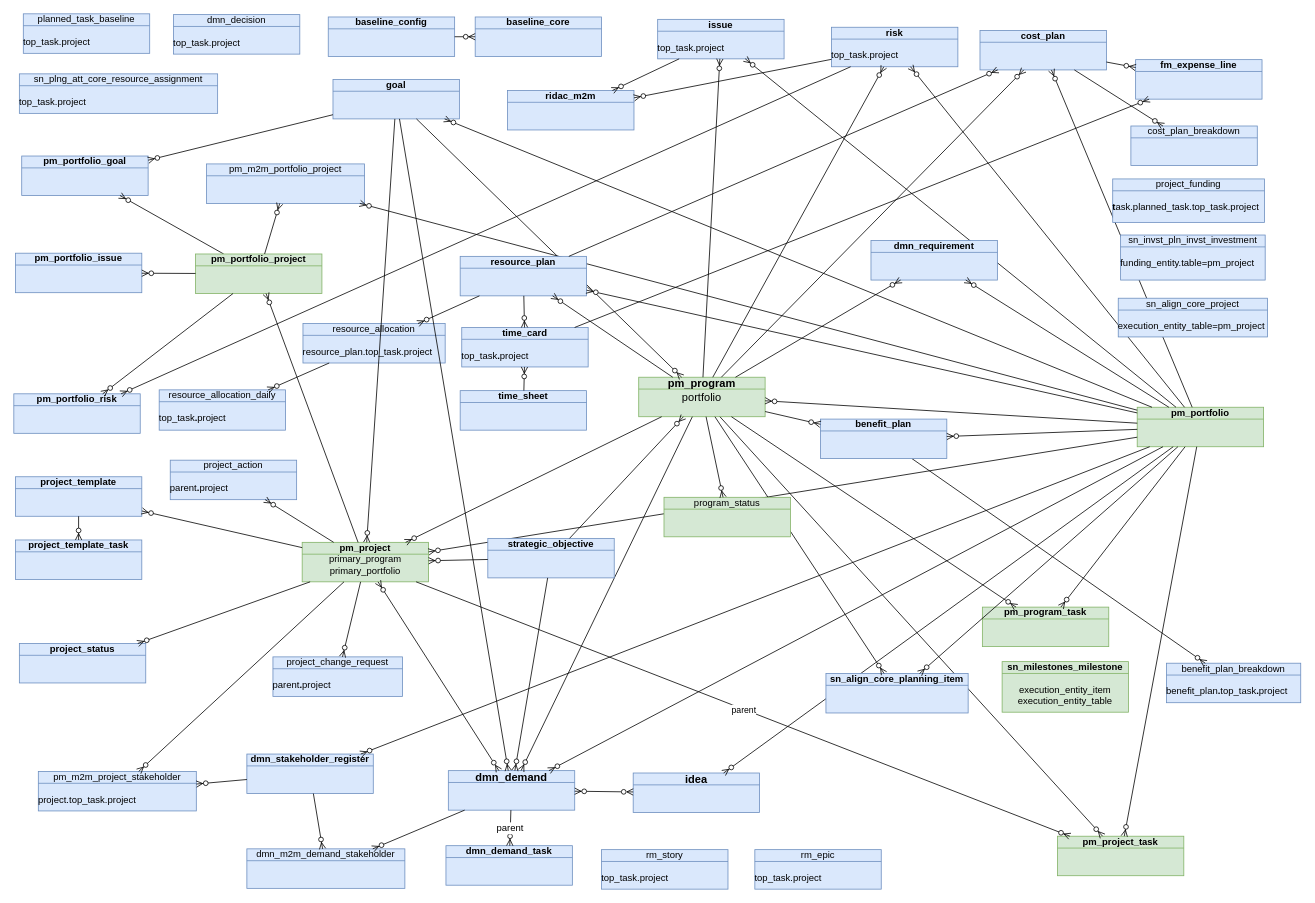
Above: page "allTables" (3 of 20) of Sar.drawio in algimas/tmp (draw.io), before the change. Source tidied: cells renumbered, new cells numbered last; positions are measured from the earlier drawing's top-left corner, leaving out a move shared by most shapes. Both pictures are drawn from the tidied source at 79%, with x=0, y=0 at pixel (13, 13).
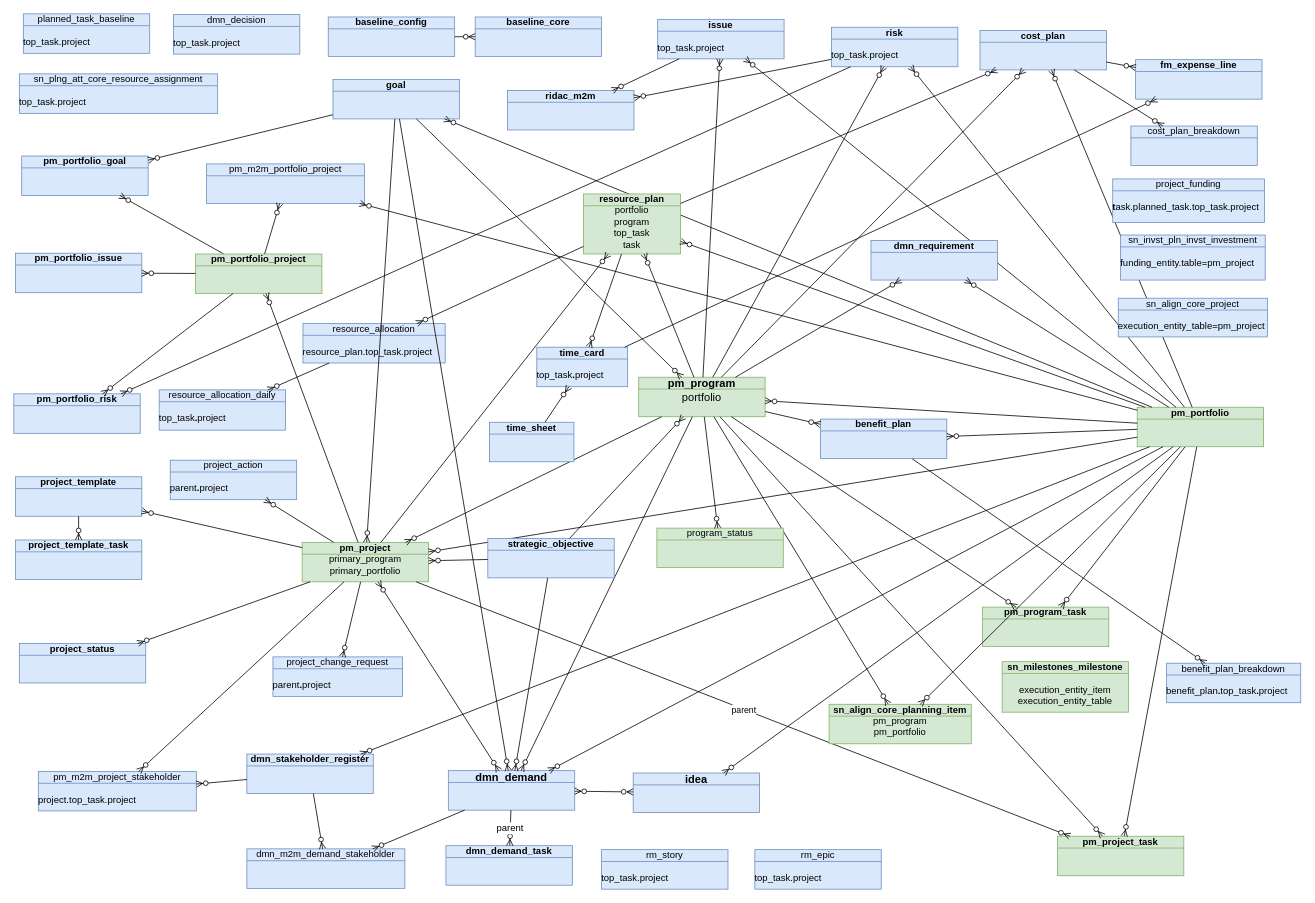
The same diagram, later.

The change refers to these unchanged cells:
```xml
<mxCell id="9" value="&lt;div&gt;pm_project&lt;/div&gt;&lt;div&gt;&lt;span style=&quot;font-weight: normal;&quot;&gt;primary_program&lt;/span&gt;&lt;/div&gt;&lt;div&gt;&lt;span style=&quot;font-weight: normal;&quot;&gt;primary_portfolio&lt;/span&gt;&lt;/div&gt;" style="html=1;outlineConnect=0;whiteSpace=wrap;fillColor=#d5e8d4;shape=mxgraph.archimate3.businessObject;overflow=fill;strokeColor=#82b366;fontStyle=1;" parent="1" vertex="1">
  <mxGeometry x="365" y="669" width="160" height="50" as="geometry" />
</mxCell>
```

Change to the diagram source:
```diff
@@
-    <mxCell id="81" value="sn_align_core_planning_item" style="html=1;outlineConnect=0;whiteSpace=wrap;fillColor=#dae8fc;shape=mxgraph.archimate3.businessObject;overflow=fill;strokeColor=#6c8ebf;fontStyle=1;" parent="1" vertex="1">
-      <mxGeometry x="1028" y="835" width="180" height="50" as="geometry" />
+    <mxCell id="81" value="&lt;div&gt;sn_align_core_planning_item&lt;/div&gt;&lt;div&gt;&lt;span style=&quot;font-weight: normal;&quot;&gt;pm_program&lt;/span&gt;&lt;/div&gt;&lt;div&gt;&lt;span style=&quot;font-weight: normal;&quot;&gt;pm_portfolio&lt;/span&gt;&lt;/div&gt;" style="html=1;outlineConnect=0;whiteSpace=wrap;fillColor=#d5e8d4;shape=mxgraph.archimate3.businessObject;overflow=fill;strokeColor=#82b366;fontStyle=1;" parent="1" vertex="1">
+      <mxGeometry x="1032" y="874" width="180" height="50" as="geometry" />
     </mxCell>
@@
-    <mxCell id="84" value="resource_plan" style="html=1;outlineConnect=0;whiteSpace=wrap;fillColor=#dae8fc;shape=mxgraph.archimate3.businessObject;overflow=fill;strokeColor=#6c8ebf;fontStyle=1;" parent="1" vertex="1">
-      <mxGeometry x="565" y="307" width="160" height="50" as="geometry" />
+    <mxCell id="84" value="&lt;div&gt;resource_plan&lt;/div&gt;&lt;span style=&quot;font-weight: normal;&quot;&gt;portfolio&lt;br&gt;program&lt;br&gt;top_task&lt;br&gt;task&lt;/span&gt;" style="html=1;outlineConnect=0;whiteSpace=wrap;fillColor=#d5e8d4;shape=mxgraph.archimate3.businessObject;overflow=fill;strokeColor=#82b366;fontStyle=1;" parent="1" vertex="1">
+      <mxGeometry x="721" y="228" width="123" height="76" as="geometry" />
     </mxCell>
@@
     <mxCell id="86" value="&lt;div&gt;time_card&lt;/div&gt;&lt;div&gt;&lt;br&gt;&lt;/div&gt;&lt;div&gt;&lt;div align=&quot;left&quot;&gt;&lt;span style=&quot;font-weight: normal;&quot;&gt;top_task&lt;/span&gt;.&lt;span style=&quot;font-weight: normal;&quot;&gt;project&lt;/span&gt;&lt;/div&gt;&lt;br&gt;&lt;/div&gt;" style="html=1;outlineConnect=0;whiteSpace=wrap;fillColor=#dae8fc;shape=mxgraph.archimate3.businessObject;overflow=fill;strokeColor=#6c8ebf;fontStyle=1;" parent="1" vertex="1">
-      <mxGeometry x="567" y="397" width="160" height="50" as="geometry" />
+      <mxGeometry x="662" y="422" width="115" height="50" as="geometry" />
     </mxCell>
@@
     <mxCell id="91" value="time_sheet" style="html=1;outlineConnect=0;whiteSpace=wrap;fillColor=#dae8fc;shape=mxgraph.archimate3.businessObject;overflow=fill;strokeColor=#6c8ebf;fontStyle=1;" parent="1" vertex="1">
-      <mxGeometry x="565" y="477" width="160" height="50" as="geometry" />
+      <mxGeometry x="602" y="517" width="107" height="50" as="geometry" />
     </mxCell>
@@
     <mxCell id="103" value="program_status" style="html=1;outlineConnect=0;whiteSpace=wrap;fillColor=#d5e8d4;shape=mxgraph.archimate3.businessObject;overflow=fill;strokeColor=#82b366;fontStyle=0;" parent="1" vertex="1">
-      <mxGeometry x="823" y="612" width="160" height="50" as="geometry" />
+      <mxGeometry x="814" y="651" width="160" height="50" as="geometry" />
     </mxCell>
@@
+    <mxCell id="119" style="fontSize=12;html=1;endArrow=ERzeroToMany;endFill=1;rounded=0;" parent="1" edge="1" source="9" target="84">
+      <mxGeometry relative="1" as="geometry" />
+    </mxCell>
```
